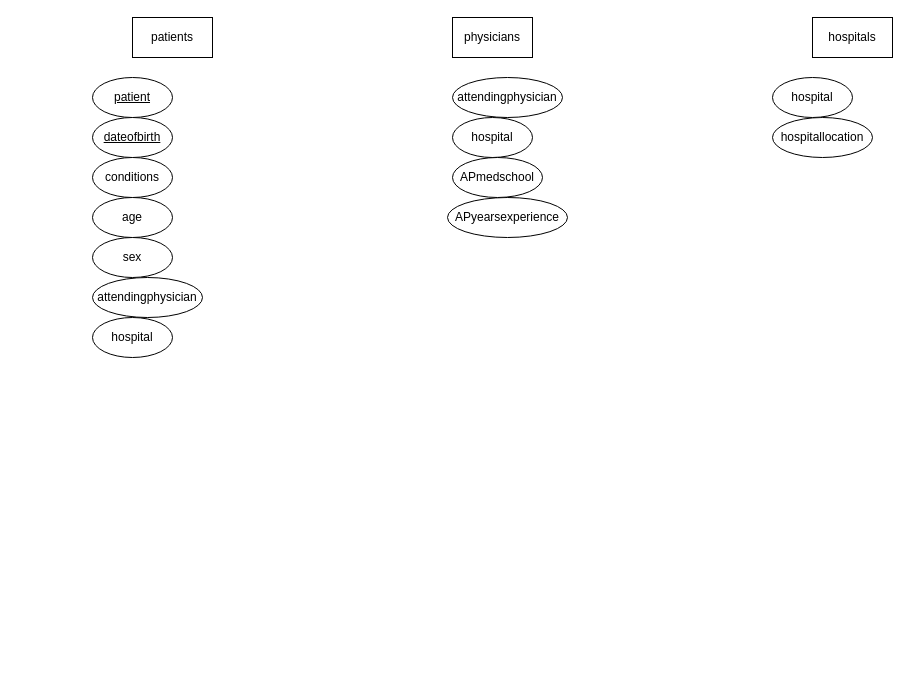
Above: healthcare_ERDiagram.drawio in jacquiunciano/pywork-MSDS (draw.io), before the change. Source tidied: cells renumbered, new cells numbered last; positions are measured from the earlier drawing's top-left corner, leaving out a move shared by most shapes. Both pictures are drawn from the tidied source at 100%, with x=0, y=0 at pixel (92, 17).
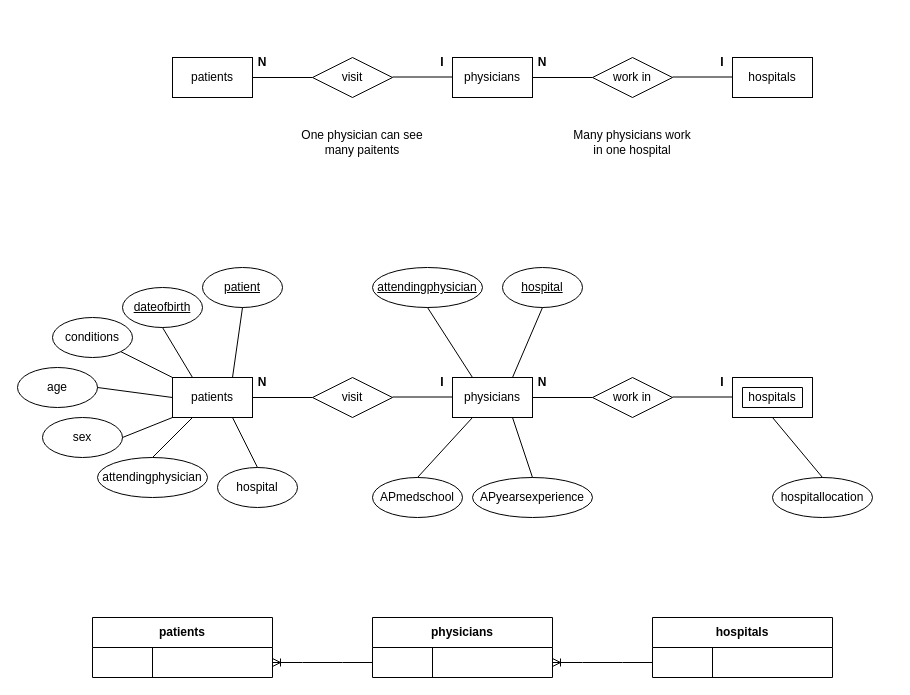
Above is the later version.

Diff of the diagram source:
```diff
@@
-    <mxCell id="2" value="patients" style="rounded=0;whiteSpace=wrap;html=1;" parent="1" vertex="1">
-      <mxGeometry x="40" width="80" height="40" as="geometry" />
-    </mxCell>
-    <mxCell id="3" value="hospitals" style="rounded=0;whiteSpace=wrap;html=1;" parent="1" vertex="1">
-      <mxGeometry x="720" width="80" height="40" as="geometry" />
-    </mxCell>
-    <mxCell id="4" value="physicians" style="rounded=0;whiteSpace=wrap;html=1;" parent="1" vertex="1">
-      <mxGeometry x="360" width="80" height="40" as="geometry" />
-    </mxCell>
     <mxCell id="5" value="conditions" style="ellipse;whiteSpace=wrap;html=1;" parent="1" vertex="1">
-      <mxGeometry y="140" width="80" height="40" as="geometry" />
+      <mxGeometry x="-40" y="300" width="80" height="40" as="geometry" />
     </mxCell>
     <mxCell id="6" value="&lt;u&gt;dateofbirth&lt;/u&gt;" style="ellipse;whiteSpace=wrap;html=1;" parent="1" vertex="1">
-      <mxGeometry y="100" width="80" height="40" as="geometry" />
+      <mxGeometry x="30" y="270" width="80" height="40" as="geometry" />
     </mxCell>
     <mxCell id="7" value="&lt;u&gt;patient&lt;/u&gt;" style="ellipse;whiteSpace=wrap;html=1;" parent="1" vertex="1">
-      <mxGeometry y="60" width="80" height="40" as="geometry" />
+      <mxGeometry x="110" y="250" width="80" height="40" as="geometry" />
     </mxCell>
     <mxCell id="8" value="attendingphysician" style="ellipse;whiteSpace=wrap;html=1;" parent="1" vertex="1">
-      <mxGeometry y="260" width="110" height="40" as="geometry" />
+      <mxGeometry x="5" y="440" width="110" height="40" as="geometry" />
     </mxCell>
     <mxCell id="9" value="age" style="ellipse;whiteSpace=wrap;html=1;" parent="1" vertex="1">
-      <mxGeometry y="180" width="80" height="40" as="geometry" />
+      <mxGeometry x="-75" y="350" width="80" height="40" as="geometry" />
     </mxCell>
-    <mxCell id="10" value="attendingphysician" style="ellipse;whiteSpace=wrap;html=1;" parent="1" vertex="1">
-      <mxGeometry x="360" y="60" width="110" height="40" as="geometry" />
+    <mxCell id="10" value="&lt;u&gt;attendingphysician&lt;/u&gt;" style="ellipse;whiteSpace=wrap;html=1;" parent="1" vertex="1">
+      <mxGeometry x="280" y="250" width="110" height="40" as="geometry" />
     </mxCell>
     <mxCell id="11" value="sex" style="ellipse;whiteSpace=wrap;html=1;" parent="1" vertex="1">
-      <mxGeometry y="220" width="80" height="40" as="geometry" />
+      <mxGeometry x="-50" y="400" width="80" height="40" as="geometry" />
     </mxCell>
     <mxCell id="12" value="hospital" style="ellipse;whiteSpace=wrap;html=1;" parent="1" vertex="1">
-      <mxGeometry y="300" width="80" height="40" as="geometry" />
+      <mxGeometry x="125" y="450" width="80" height="40" as="geometry" />
     </mxCell>
     <mxCell id="13" value="APyearsexperience" style="ellipse;whiteSpace=wrap;html=1;" parent="1" vertex="1">
-      <mxGeometry x="355" y="180" width="120" height="40" as="geometry" />
+      <mxGeometry x="380" y="460" width="120" height="40" as="geometry" />
     </mxCell>
-    <mxCell id="14" value="hospital" style="ellipse;whiteSpace=wrap;html=1;" parent="1" vertex="1">
-      <mxGeometry x="360" y="100" width="80" height="40" as="geometry" />
+    <mxCell id="14" value="&lt;u&gt;hospital&lt;/u&gt;" style="ellipse;whiteSpace=wrap;html=1;" parent="1" vertex="1">
+      <mxGeometry x="410" y="250" width="80" height="40" as="geometry" />
     </mxCell>
     <mxCell id="15" value="APmedschool" style="ellipse;whiteSpace=wrap;html=1;" parent="1" vertex="1">
-      <mxGeometry x="360" y="140" width="90" height="40" as="geometry" />
+      <mxGeometry x="280" y="460" width="90" height="40" as="geometry" />
     </mxCell>
     <mxCell id="16" value="hospitallocation" style="ellipse;whiteSpace=wrap;html=1;" parent="1" vertex="1">
-      <mxGeometry x="680" y="100" width="100" height="40" as="geometry" />
+      <mxGeometry x="680" y="460" width="100" height="40" as="geometry" />
     </mxCell>
-    <mxCell id="17" value="hospital" style="ellipse;whiteSpace=wrap;html=1;" parent="1" vertex="1">
-      <mxGeometry x="680" y="60" width="80" height="40" as="geometry" />
-    </mxCell>
+    <mxCell id="18" style="edgeStyle=orthogonalEdgeStyle;rounded=0;orthogonalLoop=1;jettySize=auto;html=1;exitX=0.5;exitY=1;exitDx=0;exitDy=0;" parent="1" edge="1" source="8" target="8">
+      <mxGeometry relative="1" as="geometry" />
+    </mxCell>
+    <mxCell id="19" value="physicians" style="rounded=0;whiteSpace=wrap;html=1;" parent="1" vertex="1">
+      <mxGeometry x="360" y="40" width="80" height="40" as="geometry" />
+    </mxCell>
+    <mxCell id="20" value="hospitals" style="rounded=0;whiteSpace=wrap;html=1;" parent="1" vertex="1">
+      <mxGeometry x="640" y="40" width="80" height="40" as="geometry" />
+    </mxCell>
+    <mxCell id="21" value="patients" style="rounded=0;whiteSpace=wrap;html=1;" parent="1" vertex="1">
+      <mxGeometry x="80" y="40" width="80" height="40" as="geometry" />
+    </mxCell>
+    <mxCell id="22" value="work in" style="rhombus;whiteSpace=wrap;html=1;" parent="1" vertex="1">
+      <mxGeometry x="500" y="40" width="80" height="40" as="geometry" />
+    </mxCell>
+    <mxCell id="23" style="endArrow=none;html=1;rounded=0;entryX=1;entryY=0.5;entryDx=0;entryDy=0;exitX=0;exitY=0.5;exitDx=0;exitDy=0;" parent="1" edge="1" source="22" target="19">
+      <mxGeometry relative="1" as="geometry" />
+    </mxCell>
+    <mxCell id="24" style="endArrow=none;html=1;rounded=0;entryX=1;entryY=0.5;entryDx=0;entryDy=0;exitX=0;exitY=0.5;exitDx=0;exitDy=0;" parent="1" edge="1">
+      <mxGeometry relative="1" as="geometry">
+        <mxPoint x="640" y="59.5" as="sourcePoint" />
+        <mxPoint x="580" y="59.5" as="targetPoint" />
+      </mxGeometry>
+    </mxCell>
+    <mxCell id="25" value="visit" style="rhombus;whiteSpace=wrap;html=1;" parent="1" vertex="1">
+      <mxGeometry x="220" y="40" width="80" height="40" as="geometry" />
+    </mxCell>
+    <mxCell id="26" style="endArrow=none;html=1;rounded=0;exitX=1;exitY=0.5;exitDx=0;exitDy=0;entryX=0;entryY=0.5;entryDx=0;entryDy=0;" parent="1" edge="1" source="21" target="25">
+      <mxGeometry relative="1" as="geometry" />
+    </mxCell>
+    <mxCell id="27" style="endArrow=none;html=1;rounded=0;exitX=1;exitY=0.5;exitDx=0;exitDy=0;entryX=0;entryY=0.5;entryDx=0;entryDy=0;" parent="1" edge="1">
+      <mxGeometry relative="1" as="geometry">
+        <mxPoint x="300" y="59.5" as="sourcePoint" />
+        <mxPoint x="360" y="59.5" as="targetPoint" />
+      </mxGeometry>
+    </mxCell>
+    <mxCell id="28" value="&lt;b&gt;I&lt;/b&gt;" style="text;html=1;strokeColor=none;fillColor=none;align=center;verticalAlign=middle;whiteSpace=wrap;rounded=0;" parent="1" vertex="1">
+      <mxGeometry x="340" y="30" width="20" height="30" as="geometry" />
+    </mxCell>
+    <mxCell id="29" value="&lt;b&gt;N&lt;/b&gt;" style="text;html=1;strokeColor=none;fillColor=none;align=center;verticalAlign=middle;whiteSpace=wrap;rounded=0;" parent="1" vertex="1">
+      <mxGeometry x="160" y="30" width="20" height="30" as="geometry" />
+    </mxCell>
+    <mxCell id="30" value="Many physicians work in one hospital" style="text;html=1;strokeColor=none;fillColor=none;align=center;verticalAlign=middle;whiteSpace=wrap;rounded=0;" parent="1" vertex="1">
+      <mxGeometry x="475" y="110" width="130" height="30" as="geometry" />
+    </mxCell>
+    <mxCell id="31" value="&lt;b&gt;N&lt;/b&gt;" style="text;html=1;strokeColor=none;fillColor=none;align=center;verticalAlign=middle;whiteSpace=wrap;rounded=0;" parent="1" vertex="1">
+      <mxGeometry x="440" y="30" width="20" height="30" as="geometry" />
+    </mxCell>
+    <mxCell id="32" value="&lt;b&gt;I&lt;/b&gt;" style="text;html=1;strokeColor=none;fillColor=none;align=center;verticalAlign=middle;whiteSpace=wrap;rounded=0;" parent="1" vertex="1">
+      <mxGeometry x="620" y="30" width="20" height="30" as="geometry" />
+    </mxCell>
+    <mxCell id="33" value="One physician can see many paitents" style="text;html=1;strokeColor=none;fillColor=none;align=center;verticalAlign=middle;whiteSpace=wrap;rounded=0;" parent="1" vertex="1">
+      <mxGeometry x="205" y="110" width="130" height="30" as="geometry" />
+    </mxCell>
+    <mxCell id="34" value="physicians" style="rounded=0;whiteSpace=wrap;html=1;" parent="1" vertex="1">
+      <mxGeometry x="360" y="360" width="80" height="40" as="geometry" />
+    </mxCell>
+    <mxCell id="35" value="hospitals" style="rounded=0;whiteSpace=wrap;html=1;" parent="1" vertex="1">
+      <mxGeometry x="640" y="360" width="80" height="40" as="geometry" />
+    </mxCell>
+    <mxCell id="36" value="patients" style="rounded=0;whiteSpace=wrap;html=1;" parent="1" vertex="1">
+      <mxGeometry x="80" y="360" width="80" height="40" as="geometry" />
+    </mxCell>
+    <mxCell id="37" value="work in" style="rhombus;whiteSpace=wrap;html=1;" parent="1" vertex="1">
+      <mxGeometry x="500" y="360" width="80" height="40" as="geometry" />
+    </mxCell>
+    <mxCell id="38" style="endArrow=none;html=1;rounded=0;entryX=1;entryY=0.5;entryDx=0;entryDy=0;exitX=0;exitY=0.5;exitDx=0;exitDy=0;" parent="1" edge="1" source="37" target="34">
+      <mxGeometry relative="1" as="geometry" />
+    </mxCell>
+    <mxCell id="39" style="endArrow=none;html=1;rounded=0;entryX=1;entryY=0.5;entryDx=0;entryDy=0;exitX=0;exitY=0.5;exitDx=0;exitDy=0;" parent="1" edge="1">
+      <mxGeometry relative="1" as="geometry">
+        <mxPoint x="640" y="379.5" as="sourcePoint" />
+        <mxPoint x="580" y="379.5" as="targetPoint" />
+      </mxGeometry>
+    </mxCell>
+    <mxCell id="40" value="visit" style="rhombus;whiteSpace=wrap;html=1;" parent="1" vertex="1">
+      <mxGeometry x="220" y="360" width="80" height="40" as="geometry" />
+    </mxCell>
+    <mxCell id="41" style="endArrow=none;html=1;rounded=0;exitX=1;exitY=0.5;exitDx=0;exitDy=0;entryX=0;entryY=0.5;entryDx=0;entryDy=0;" parent="1" edge="1" source="36" target="40">
+      <mxGeometry relative="1" as="geometry" />
+    </mxCell>
+    <mxCell id="42" style="endArrow=none;html=1;rounded=0;exitX=1;exitY=0.5;exitDx=0;exitDy=0;entryX=0;entryY=0.5;entryDx=0;entryDy=0;" parent="1" edge="1">
+      <mxGeometry relative="1" as="geometry">
+        <mxPoint x="300" y="379.5" as="sourcePoint" />
+        <mxPoint x="360" y="379.5" as="targetPoint" />
+      </mxGeometry>
+    </mxCell>
+    <mxCell id="43" value="&lt;b&gt;I&lt;/b&gt;" style="text;html=1;strokeColor=none;fillColor=none;align=center;verticalAlign=middle;whiteSpace=wrap;rounded=0;" parent="1" vertex="1">
+      <mxGeometry x="340" y="350" width="20" height="30" as="geometry" />
+    </mxCell>
+    <mxCell id="44" value="&lt;b&gt;N&lt;/b&gt;" style="text;html=1;strokeColor=none;fillColor=none;align=center;verticalAlign=middle;whiteSpace=wrap;rounded=0;" parent="1" vertex="1">
+      <mxGeometry x="160" y="350" width="20" height="30" as="geometry" />
+    </mxCell>
+    <mxCell id="45" value="&lt;b&gt;N&lt;/b&gt;" style="text;html=1;strokeColor=none;fillColor=none;align=center;verticalAlign=middle;whiteSpace=wrap;rounded=0;" parent="1" vertex="1">
+      <mxGeometry x="440" y="350" width="20" height="30" as="geometry" />
+    </mxCell>
+    <mxCell id="46" value="&lt;b&gt;I&lt;/b&gt;" style="text;html=1;strokeColor=none;fillColor=none;align=center;verticalAlign=middle;whiteSpace=wrap;rounded=0;" parent="1" vertex="1">
+      <mxGeometry x="620" y="350" width="20" height="30" as="geometry" />
+    </mxCell>
+    <mxCell id="47" style="endArrow=none;html=1;rounded=0;entryX=1;entryY=0.5;entryDx=0;entryDy=0;exitX=0;exitY=0.5;exitDx=0;exitDy=0;" parent="1" edge="1" source="36" target="9">
+      <mxGeometry relative="1" as="geometry" />
+    </mxCell>
+    <mxCell id="48" style="endArrow=none;html=1;rounded=0;entryX=1;entryY=0.5;entryDx=0;entryDy=0;" parent="1" edge="1" target="11">
+      <mxGeometry relative="1" as="geometry">
+        <mxPoint x="80" y="400" as="sourcePoint" />
+      </mxGeometry>
+    </mxCell>
+    <mxCell id="49" style="endArrow=none;html=1;rounded=0;entryX=0.5;entryY=0;entryDx=0;entryDy=0;" parent="1" edge="1" target="8">
+      <mxGeometry relative="1" as="geometry">
+        <mxPoint x="100" y="400" as="sourcePoint" />
+      </mxGeometry>
+    </mxCell>
+    <mxCell id="50" style="endArrow=none;html=1;rounded=0;entryX=0.5;entryY=0;entryDx=0;entryDy=0;exitX=0.75;exitY=1;exitDx=0;exitDy=0;" parent="1" edge="1" source="36" target="12">
+      <mxGeometry relative="1" as="geometry" />
+    </mxCell>
+    <mxCell id="51" style="endArrow=none;html=1;rounded=0;entryX=1;entryY=1;entryDx=0;entryDy=0;exitX=0;exitY=0;exitDx=0;exitDy=0;" parent="1" edge="1" source="36" target="5">
+      <mxGeometry relative="1" as="geometry" />
+    </mxCell>
+    <mxCell id="52" style="endArrow=none;html=1;rounded=0;entryX=0.5;entryY=1;entryDx=0;entryDy=0;exitX=0.25;exitY=0;exitDx=0;exitDy=0;" parent="1" edge="1" source="36" target="6">
+      <mxGeometry relative="1" as="geometry" />
+    </mxCell>
+    <mxCell id="53" style="endArrow=none;html=1;rounded=0;entryX=0.5;entryY=1;entryDx=0;entryDy=0;exitX=0.75;exitY=0;exitDx=0;exitDy=0;" parent="1" edge="1" source="36" target="7">
+      <mxGeometry relative="1" as="geometry" />
+    </mxCell>
+    <mxCell id="54" style="endArrow=none;html=1;rounded=0;entryX=0.5;entryY=0;entryDx=0;entryDy=0;exitX=0.25;exitY=1;exitDx=0;exitDy=0;" parent="1" edge="1" source="34" target="15">
+      <mxGeometry relative="1" as="geometry" />
+    </mxCell>
+    <mxCell id="55" style="endArrow=none;html=1;rounded=0;entryX=0.5;entryY=0;entryDx=0;entryDy=0;exitX=0.75;exitY=1;exitDx=0;exitDy=0;" parent="1" edge="1" source="34" target="13">
+      <mxGeometry relative="1" as="geometry" />
+    </mxCell>
+    <mxCell id="56" style="endArrow=none;html=1;rounded=0;entryX=0.5;entryY=1;entryDx=0;entryDy=0;exitX=0.25;exitY=0;exitDx=0;exitDy=0;" parent="1" edge="1" source="34" target="10">
+      <mxGeometry relative="1" as="geometry" />
+    </mxCell>
+    <mxCell id="57" style="endArrow=none;html=1;rounded=0;entryX=0.5;entryY=1;entryDx=0;entryDy=0;exitX=0.75;exitY=0;exitDx=0;exitDy=0;" parent="1" edge="1" source="34" target="14">
+      <mxGeometry relative="1" as="geometry" />
+    </mxCell>
+    <mxCell id="58" style="endArrow=none;html=1;rounded=0;entryX=0.5;entryY=0;entryDx=0;entryDy=0;exitX=0.5;exitY=1;exitDx=0;exitDy=0;" parent="1" edge="1" source="35" target="16">
+      <mxGeometry relative="1" as="geometry" />
+    </mxCell>
+    <mxCell id="59" style="verticalLabelPosition=bottom;verticalAlign=top;html=1;shape=mxgraph.basic.frame;dx=10;whiteSpace=wrap;" parent="1" vertex="1">
+      <mxGeometry x="640" y="360" width="80" height="40" as="geometry" />
+    </mxCell>
+    <mxCell id="60" value="patients" style="shape=table;startSize=30;childLayout=tableLayout;rowLines=0;fontStyle=1;align=center;html=1;whiteSpace=wrap;" parent="1" vertex="1">
+      <mxGeometry y="600" width="180" height="60" as="geometry" />
+    </mxCell>
+    <mxCell id="61" style="shape=tableRow;horizontal=0;startSize=0;swimlaneHead=0;swimlaneBody=0;fillColor=none;points=[[0,0.5],[1,0.5]];portConstraint=eastwest;top=0;left=0;right=0;bottom=0;html=1;" parent="60" vertex="1">
+      <mxGeometry y="30" width="180" height="30" as="geometry" />
+    </mxCell>
+    <mxCell id="62" style="shape=partialRectangle;fillColor=none;top=0;left=0;bottom=0;right=0;overflow=hidden;html=1;whiteSpace=wrap;" parent="61" vertex="1">
+      <mxGeometry width="60" height="30" as="geometry" />
+    </mxCell>
+    <mxCell id="63" style="shape=partialRectangle;fillColor=none;top=0;left=0;bottom=0;right=0;align=left;spacingLeft=6;overflow=hidden;html=1;whiteSpace=wrap;" parent="61" vertex="1">
+      <mxGeometry x="60" width="120" height="30" as="geometry" />
+    </mxCell>
+    <mxCell id="64" value="physicians" style="shape=table;startSize=30;childLayout=tableLayout;rowLines=0;fontStyle=1;align=center;html=1;whiteSpace=wrap;" parent="1" vertex="1">
+      <mxGeometry x="280" y="600" width="180" height="60" as="geometry" />
+    </mxCell>
+    <mxCell id="65" style="shape=tableRow;horizontal=0;startSize=0;swimlaneHead=0;swimlaneBody=0;fillColor=none;points=[[0,0.5],[1,0.5]];portConstraint=eastwest;top=0;left=0;right=0;bottom=0;html=1;" parent="64" vertex="1">
+      <mxGeometry y="30" width="180" height="30" as="geometry" />
+    </mxCell>
+    <mxCell id="66" style="shape=partialRectangle;fillColor=none;top=0;left=0;bottom=0;right=0;overflow=hidden;html=1;whiteSpace=wrap;" parent="65" vertex="1">
+      <mxGeometry width="60" height="30" as="geometry" />
+    </mxCell>
+    <mxCell id="67" style="shape=partialRectangle;fillColor=none;top=0;left=0;bottom=0;right=0;align=left;spacingLeft=6;overflow=hidden;html=1;whiteSpace=wrap;" parent="65" vertex="1">
+      <mxGeometry x="60" width="120" height="30" as="geometry" />
+    </mxCell>
+    <mxCell id="68" value="hospitals" style="shape=table;startSize=30;childLayout=tableLayout;rowLines=0;fontStyle=1;align=center;html=1;whiteSpace=wrap;" parent="1" vertex="1">
+      <mxGeometry x="560" y="600" width="180" height="60" as="geometry" />
+    </mxCell>
+    <mxCell id="69" style="shape=tableRow;horizontal=0;startSize=0;swimlaneHead=0;swimlaneBody=0;fillColor=none;points=[[0,0.5],[1,0.5]];portConstraint=eastwest;top=0;left=0;right=0;bottom=0;html=1;" parent="68" vertex="1">
+      <mxGeometry y="30" width="180" height="30" as="geometry" />
+    </mxCell>
+    <mxCell id="70" style="shape=partialRectangle;fillColor=none;top=0;left=0;bottom=0;right=0;overflow=hidden;html=1;whiteSpace=wrap;" parent="69" vertex="1">
+      <mxGeometry width="60" height="30" as="geometry" />
+    </mxCell>
+    <mxCell id="71" style="shape=partialRectangle;fillColor=none;top=0;left=0;bottom=0;right=0;align=left;spacingLeft=6;overflow=hidden;html=1;whiteSpace=wrap;" parent="69" vertex="1">
+      <mxGeometry x="60" width="120" height="30" as="geometry" />
+    </mxCell>
+    <mxCell id="72" style="edgeStyle=entityRelationEdgeStyle;fontSize=12;html=1;endArrow=ERoneToMany;rounded=0;entryX=1;entryY=0.5;entryDx=0;entryDy=0;exitX=0;exitY=0.5;exitDx=0;exitDy=0;" parent="1" edge="1" source="65" target="61">
+      <mxGeometry relative="1" as="geometry" />
+    </mxCell>
+    <mxCell id="73" style="edgeStyle=entityRelationEdgeStyle;fontSize=12;html=1;endArrow=ERoneToMany;rounded=0;entryX=1;entryY=0.5;entryDx=0;entryDy=0;exitX=0;exitY=0.5;exitDx=0;exitDy=0;" parent="1" edge="1" source="69" target="65">
+      <mxGeometry relative="1" as="geometry">
+        <Array as="points">
+          <mxPoint x="560" y="765" />
+          <mxPoint x="560" y="775" />
+        </Array>
+      </mxGeometry>
+    </mxCell>
```
